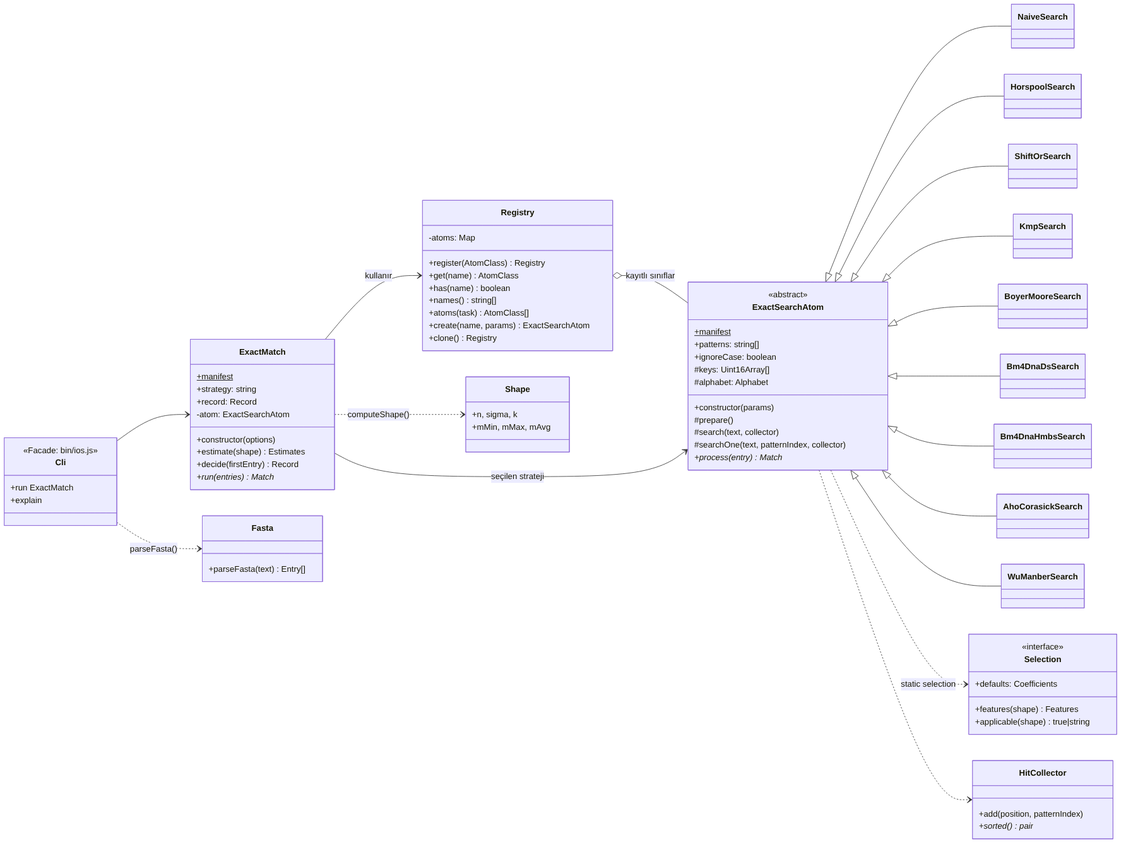
ilaydarslan/YZM327-odev3 keeps this Mermaid diagram as docs/figures/sinif_diyagrami.png. Above is the earlier version. Its source is kept beside it as docs/figures/sinif_diyagrami.mmd.
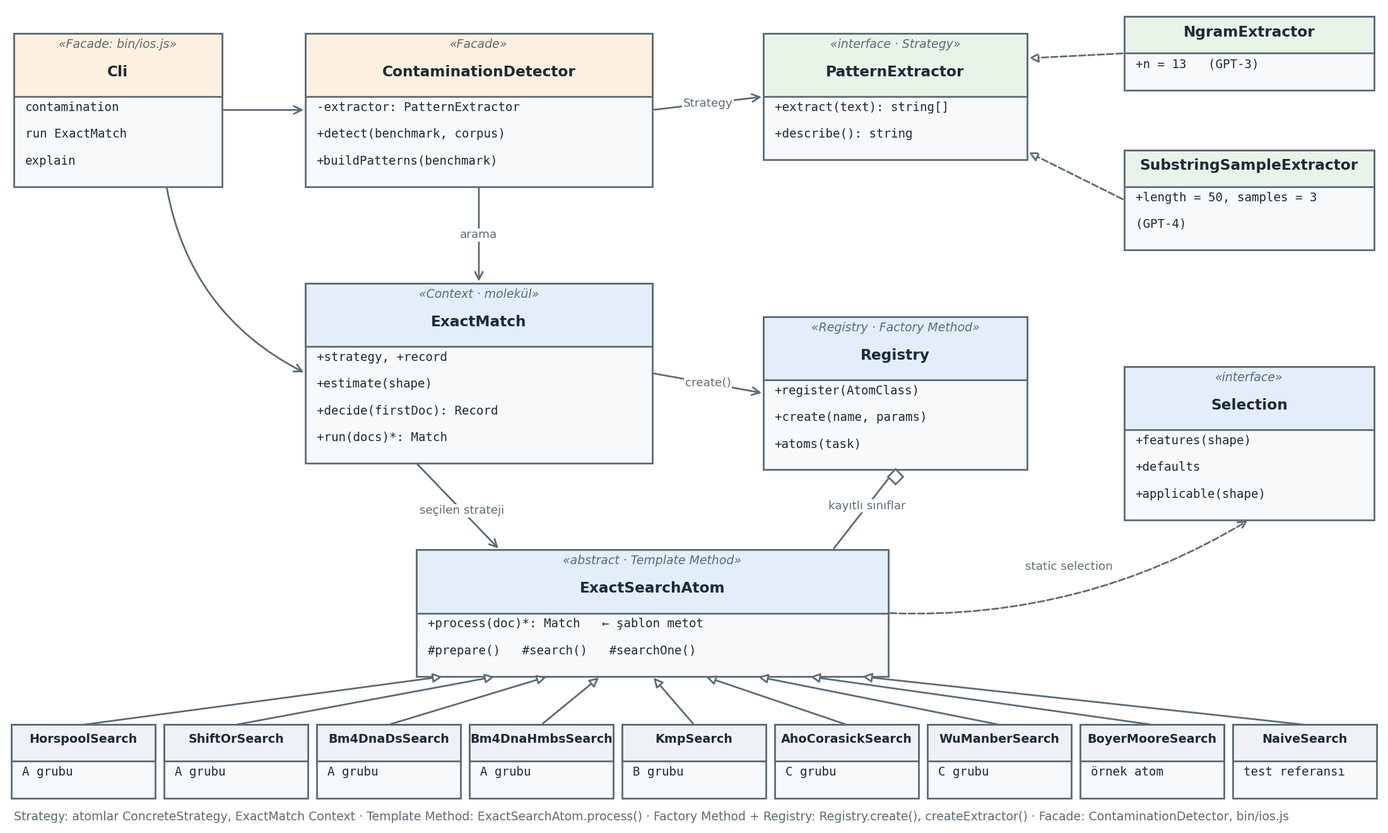
After the change.

The edit, as a diff of the source:
```diff
@@ -1,88 +1,71 @@
 classDiagram
   direction LR
-  class ExactSearchAtom {
-    <<abstract>>
-    +manifest$
-    +patterns: string[]
-    +ignoreCase: boolean
-    #keys: Uint16Array[]
-    #alphabet: Alphabet
-    +constructor(params)
-    #prepare()
-    #search(text, collector)
-    #searchOne(text, patternIndex, collector)
-    +process(entry)* Match
-  }
-  class NaiveSearch
-  class HorspoolSearch
-  class ShiftOrSearch
-  class KmpSearch
-  class BoyerMooreSearch
-  class Bm4DnaDsSearch
-  class Bm4DnaHmbsSearch
-  class AhoCorasickSearch
-  class WuManberSearch
-  ExactSearchAtom <|-- NaiveSearch
-  ExactSearchAtom <|-- HorspoolSearch
-  ExactSearchAtom <|-- ShiftOrSearch
-  ExactSearchAtom <|-- KmpSearch
-  ExactSearchAtom <|-- BoyerMooreSearch
-  ExactSearchAtom <|-- Bm4DnaDsSearch
-  ExactSearchAtom <|-- Bm4DnaHmbsSearch
-  ExactSearchAtom <|-- AhoCorasickSearch
-  ExactSearchAtom <|-- WuManberSearch
-
-  class Selection {
-    <<interface>>
-    +features(shape) Features
-    +defaults: Coefficients
-    +applicable(shape) true|string
-  }
-  ExactSearchAtom ..> Selection : static selection
-
-  class Registry {
-    -atoms: Map
-    +register(AtomClass) Registry
-    +get(name) AtomClass
-    +has(name) boolean
-    +names() string[]
-    +atoms(task) AtomClass[]
-    +create(name, params) ExactSearchAtom
-    +clone() Registry
-  }
-  Registry o-- ExactSearchAtom : kayıtlı sınıflar
-
-  class ExactMatch {
-    +manifest$
-    +strategy: string
-    +record: Record
-    -atom: ExactSearchAtom
-    +constructor(options)
-    +estimate(shape) Estimates
-    +decide(firstEntry) Record
-    +run(entries)* Match
-  }
-  ExactMatch --> Registry : kullanır
-  ExactMatch --> ExactSearchAtom : seçilen strateji
-  ExactMatch ..> Shape : computeShape()
-
-  class Shape {
-    +n, sigma, k
-    +mMin, mMax, mAvg
-  }
-  class HitCollector {
-    +add(position, patternIndex)
-    +sorted()* pair
-  }
-  ExactSearchAtom ..> HitCollector
-
   class Cli {
     <<Facade: bin/ios.js>>
+    +contamination
     +run ExactMatch
     +explain
   }
+  class ContaminationDetector {
+    <<Facade>>
+    -extractor: PatternExtractor
+    +detect(benchmark, corpus) Report
+    +buildPatterns(benchmark)
+  }
+  class PatternExtractor {
+    <<interface>>
+    +extract(text) string[]
+    +describe() string
+  }
+  class NgramExtractor {
+    +n = 13
+  }
+  class SubstringSampleExtractor {
+    +length = 50
+    +samples = 3
+  }
+  class ExactMatch {
+    <<Context>>
+    +strategy: string
+    +record: Record
+    +estimate(shape) Estimates
+    +decide(firstDoc) Record
+    +run(docs)* Match
+  }
+  class Registry {
+    +register(AtomClass) Registry
+    +create(name, params) ExactSearchAtom
+    +atoms(task) AtomClass[]
+  }
+  class ExactSearchAtom {
+    <<abstract>>
+    +process(doc)* Match
+    #prepare()
+    #search(text, collector)
+    #searchOne(text, i, collector)
+  }
+  class Selection {
+    <<interface>>
+    +features(shape)
+    +defaults
+    +applicable(shape)
+  }
+  Cli --> ContaminationDetector
   Cli --> ExactMatch
-  Cli ..> Fasta : parseFasta()
-  class Fasta {
-    +parseFasta(text) Entry[]
-  }
+  ContaminationDetector --> PatternExtractor : Strategy
+  ContaminationDetector --> ExactMatch : arama
+  PatternExtractor <|.. NgramExtractor
+  PatternExtractor <|.. SubstringSampleExtractor
+  ExactMatch --> Registry : Factory Method
+  ExactMatch --> ExactSearchAtom : seçilen strateji
+  Registry o-- ExactSearchAtom
+  ExactSearchAtom ..> Selection : static selection
+  ExactSearchAtom <|-- HorspoolSearch
+  ExactSearchAtom <|-- ShiftOrSearch
+  ExactSearchAtom <|-- Bm4DnaDsSearch
+  ExactSearchAtom <|-- Bm4DnaHmbsSearch
+  ExactSearchAtom <|-- KmpSearch
+  ExactSearchAtom <|-- AhoCorasickSearch
+  ExactSearchAtom <|-- WuManberSearch
+  ExactSearchAtom <|-- BoyerMooreSearch
+  ExactSearchAtom <|-- NaiveSearch
```
